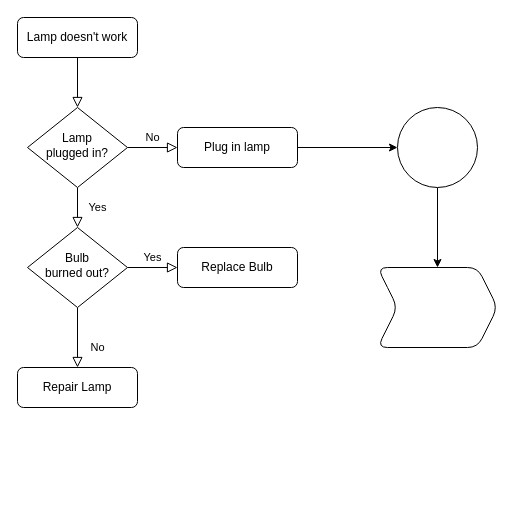
The draw.io diagram Sample Diagram.drawio in kvillacarillo/Draw-IO-Sample-Repository, before the edit. Source tidied: cells renumbered, new cells numbered last; positions are measured from the earlier drawing's top-left corner, leaving out a move shared by most shapes. Both pictures are drawn from the tidied source at 100%, with x=0, y=0 at pixel (17, 17).
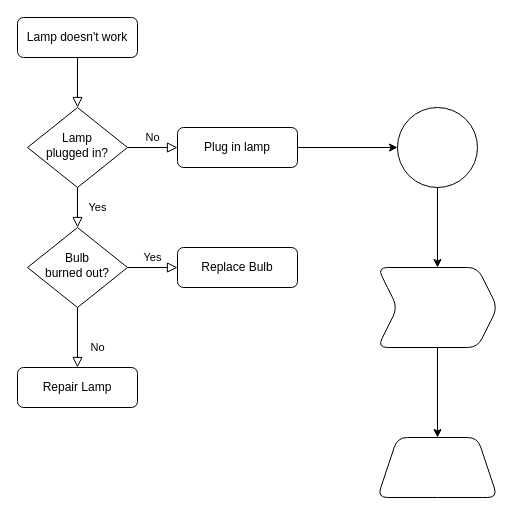
The same diagram, later.

The edit, as a diff of the source:
```diff
@@
 <mxGraphModel>
   <root>
     <mxCell id="0" />
     <mxCell id="1" parent="0" />
     <mxCell id="2" style="rounded=0;html=1;jettySize=auto;fontSize=11;endArrow=block;endFill=0;endSize=8;strokeWidth=1;shadow=0;labelBackgroundColor=none;edgeStyle=orthogonalEdgeStyle;" parent="1" edge="1" source="3" target="6">
       <mxGeometry relative="1" as="geometry" />
     </mxCell>
     <mxCell id="3" value="Lamp doesn't work" style="rounded=1;whiteSpace=wrap;html=1;fontSize=12;glass=0;strokeWidth=1;shadow=0;" parent="1" vertex="1">
       <mxGeometry width="120" height="40" as="geometry" />
     </mxCell>
     <mxCell id="4" value="Yes" style="rounded=0;html=1;jettySize=auto;fontSize=11;endArrow=block;endFill=0;endSize=8;strokeWidth=1;shadow=0;labelBackgroundColor=none;edgeStyle=orthogonalEdgeStyle;" parent="1" edge="1" source="6" target="11">
       <mxGeometry y="20" relative="1" as="geometry" />
     </mxCell>
     <mxCell id="5" value="No" style="edgeStyle=orthogonalEdgeStyle;rounded=0;html=1;jettySize=auto;fontSize=11;endArrow=block;endFill=0;endSize=8;strokeWidth=1;shadow=0;labelBackgroundColor=none;" parent="1" edge="1" source="6" target="8">
       <mxGeometry y="10" relative="1" as="geometry" />
     </mxCell>
     <mxCell id="6" value="Lamp&lt;br&gt;plugged in?" style="rhombus;whiteSpace=wrap;html=1;shadow=0;fontFamily=Helvetica;fontSize=12;align=center;strokeWidth=1;spacing=6;spacingTop=-4;" parent="1" vertex="1">
       <mxGeometry x="10" y="90" width="100" height="80" as="geometry" />
     </mxCell>
     <mxCell id="7" style="edgeStyle=orthogonalEdgeStyle;rounded=0;jettySize=auto;html=1;" parent="1" edge="1" source="8" target="15">
       <mxGeometry relative="1" as="geometry" />
     </mxCell>
     <mxCell id="8" value="Plug in lamp" style="rounded=1;whiteSpace=wrap;html=1;fontSize=12;glass=0;strokeWidth=1;shadow=0;" parent="1" vertex="1">
       <mxGeometry x="160" y="110" width="120" height="40" as="geometry" />
     </mxCell>
     <mxCell id="9" value="No" style="rounded=0;html=1;jettySize=auto;fontSize=11;endArrow=block;endFill=0;endSize=8;strokeWidth=1;shadow=0;labelBackgroundColor=none;edgeStyle=orthogonalEdgeStyle;" parent="1" edge="1" source="11" target="12">
       <mxGeometry x="0.33" y="20" relative="1" as="geometry" />
     </mxCell>
     <mxCell id="10" value="Yes" style="edgeStyle=orthogonalEdgeStyle;rounded=0;html=1;jettySize=auto;fontSize=11;endArrow=block;endFill=0;endSize=8;strokeWidth=1;shadow=0;labelBackgroundColor=none;" parent="1" edge="1" source="11" target="13">
       <mxGeometry y="10" relative="1" as="geometry" />
     </mxCell>
     <mxCell id="11" value="Bulb&lt;br&gt;burned out?" style="rhombus;whiteSpace=wrap;html=1;shadow=0;fontFamily=Helvetica;fontSize=12;align=center;strokeWidth=1;spacing=6;spacingTop=-4;" parent="1" vertex="1">
       <mxGeometry x="10" y="210" width="100" height="80" as="geometry" />
     </mxCell>
     <mxCell id="12" value="Repair Lamp" style="rounded=1;whiteSpace=wrap;html=1;fontSize=12;glass=0;strokeWidth=1;shadow=0;" parent="1" vertex="1">
       <mxGeometry y="350" width="120" height="40" as="geometry" />
     </mxCell>
     <mxCell id="13" value="Replace Bulb" style="rounded=1;whiteSpace=wrap;html=1;fontSize=12;glass=0;strokeWidth=1;shadow=0;" parent="1" vertex="1">
       <mxGeometry x="160" y="230" width="120" height="40" as="geometry" />
     </mxCell>
     <mxCell id="14" style="edgeStyle=orthogonalEdgeStyle;rounded=0;jettySize=auto;html=1;" parent="1" edge="1" source="15" target="16">
       <mxGeometry relative="1" as="geometry" />
     </mxCell>
     <mxCell id="15" style="ellipse;whiteSpace=wrap;html=1;rounded=1;glass=0;strokeWidth=1;shadow=0;" parent="1" vertex="1">
       <mxGeometry x="380" y="90" width="80" height="80" as="geometry" />
     </mxCell>
+    <mxCell id="17" style="edgeStyle=orthogonalEdgeStyle;rounded=0;jettySize=auto;html=1;" parent="1" edge="1" source="16" target="18">
+      <mxGeometry relative="1" as="geometry" />
+    </mxCell>
     <mxCell id="16" style="shape=step;perimeter=stepPerimeter;whiteSpace=wrap;html=1;fixedSize=1;rounded=1;glass=0;strokeWidth=1;shadow=0;" parent="1" vertex="1">
       <mxGeometry x="360" y="250" width="120" height="80" as="geometry" />
     </mxCell>
+    <mxCell id="18" style="shape=trapezoid;perimeter=trapezoidPerimeter;whiteSpace=wrap;html=1;fixedSize=1;rounded=1;glass=0;strokeWidth=1;shadow=0;" parent="1" vertex="1">
+      <mxGeometry x="360" y="420" width="120" height="60" as="geometry" />
+    </mxCell>
   </root>
 </mxGraphModel>
```
